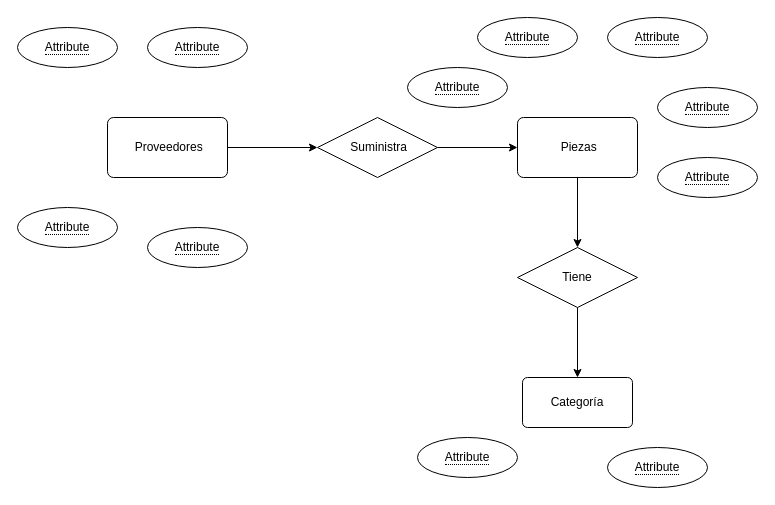
Before: Diagrama sin título.drawio in KarlaCNS/pilares, a draw.io diagram. Source tidied: cells renumbered, new cells numbered last; positions are measured from the earlier drawing's top-left corner, leaving out a move shared by most shapes. Both pictures are drawn from the tidied source at 100%, with x=0, y=0 at pixel (17, 17).
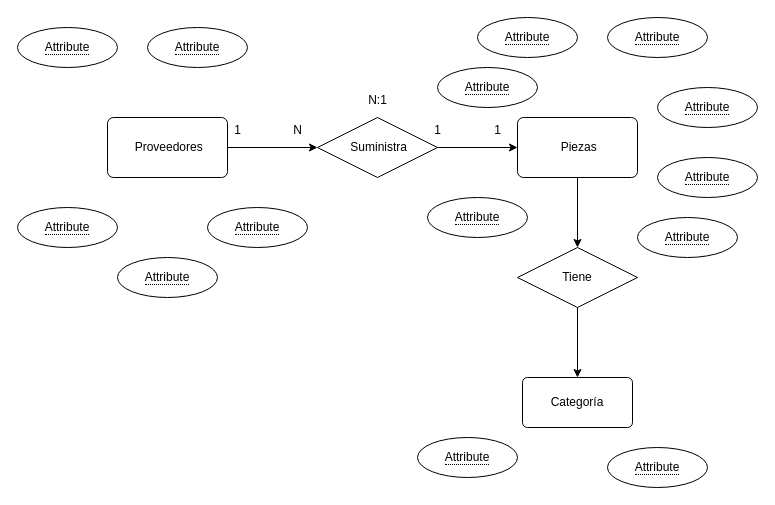
The same page after the edit.

What changed in the source:
```diff
@@
     <mxCell id="14" value="&lt;span style=&quot;border-bottom: 1px dotted&quot;&gt;Attribute&lt;/span&gt;" style="ellipse;whiteSpace=wrap;html=1;align=center;" parent="1" vertex="1">
-      <mxGeometry x="130" y="210" width="100" height="40" as="geometry" />
+      <mxGeometry x="190" y="190" width="100" height="40" as="geometry" />
     </mxCell>
@@
     <mxCell id="21" value="&lt;span style=&quot;border-bottom: 1px dotted&quot;&gt;Attribute&lt;/span&gt;" style="ellipse;whiteSpace=wrap;html=1;align=center;" parent="1" vertex="1">
-      <mxGeometry x="390" y="50" width="100" height="40" as="geometry" />
+      <mxGeometry x="420" y="50" width="100" height="40" as="geometry" />
     </mxCell>
+    <mxCell id="22" value="&lt;span style=&quot;border-bottom: 1px dotted&quot;&gt;Attribute&lt;/span&gt;" style="ellipse;whiteSpace=wrap;html=1;align=center;" parent="1" vertex="1">
+      <mxGeometry x="100" y="240" width="100" height="40" as="geometry" />
+    </mxCell>
+    <mxCell id="23" value="&lt;span style=&quot;border-bottom: 1px dotted&quot;&gt;Attribute&lt;/span&gt;" style="ellipse;whiteSpace=wrap;html=1;align=center;" parent="1" vertex="1">
+      <mxGeometry x="410" y="180" width="100" height="40" as="geometry" />
+    </mxCell>
+    <mxCell id="24" value="&lt;span style=&quot;border-bottom: 1px dotted&quot;&gt;Attribute&lt;/span&gt;" style="ellipse;whiteSpace=wrap;html=1;align=center;" parent="1" vertex="1">
+      <mxGeometry x="620" y="200" width="100" height="40" as="geometry" />
+    </mxCell>
+    <mxCell id="25" value="1" style="text;html=1;align=center;verticalAlign=middle;strokeColor=none;fillColor=none;" parent="1" vertex="1">
+      <mxGeometry x="205" y="98" width="30" height="30" as="geometry" />
+    </mxCell>
+    <mxCell id="26" value="N" style="text;html=1;align=center;verticalAlign=middle;strokeColor=none;fillColor=none;" parent="1" vertex="1">
+      <mxGeometry x="265" y="98" width="30" height="30" as="geometry" />
+    </mxCell>
+    <mxCell id="27" value="1" style="text;html=1;align=center;verticalAlign=middle;strokeColor=none;fillColor=none;" parent="1" vertex="1">
+      <mxGeometry x="465" y="98" width="30" height="30" as="geometry" />
+    </mxCell>
+    <mxCell id="28" value="1" style="text;html=1;align=center;verticalAlign=middle;strokeColor=none;fillColor=none;" parent="1" vertex="1">
+      <mxGeometry x="405" y="98" width="30" height="30" as="geometry" />
+    </mxCell>
+    <mxCell id="29" value="N:1" style="text;html=1;align=center;verticalAlign=middle;strokeColor=none;fillColor=none;" parent="1" vertex="1">
+      <mxGeometry x="340" y="68" width="40" height="30" as="geometry" />
+    </mxCell>
```
